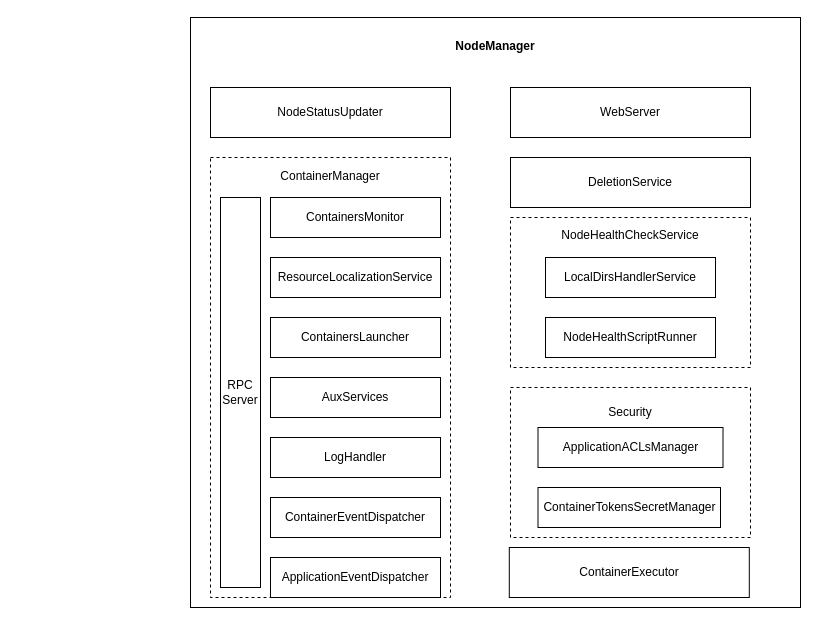
The draw.io diagram Yarn/06_NodeManager内部架构图.drawio in chenshuai1995/a-imgs, before the edit. Source tidied: cells renumbered, new cells numbered last; positions are measured from the earlier drawing's top-left corner, leaving out a move shared by most shapes. Both pictures are drawn from the tidied source at 100%, with x=0, y=0 at pixel (190, 17).
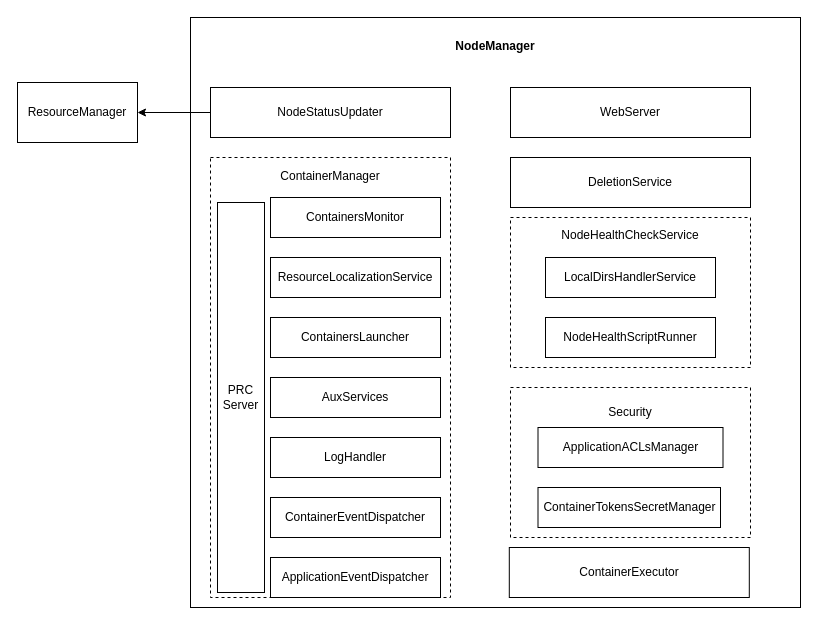
Above is the later version.

Commit message:
更新06_NodeManager内部架构图.drawio

The change refers to these unchanged cells:
```xml
<mxCell id="5" value="NodeStatusUpdater" style="rounded=0;whiteSpace=wrap;html=1;" parent="1" vertex="1">
  <mxGeometry x="20" y="70" width="240" height="50" as="geometry" />
</mxCell>
```

Change to the diagram source:
```diff
@@
+    <mxCell id="22" style="edgeStyle=orthogonalEdgeStyle;rounded=0;jettySize=auto;html=1;entryX=1;entryY=0.5;entryDx=0;entryDy=0;" parent="1" edge="1" source="5" target="23">
+      <mxGeometry relative="1" as="geometry" />
+    </mxCell>
@@
-    <mxCell id="13" value="RPC Server" style="rounded=0;whiteSpace=wrap;html=1;direction=north;" parent="1" vertex="1">
-      <mxGeometry x="30" y="180" width="40" height="390" as="geometry" />
-    </mxCell>
@@
+    <mxCell id="23" value="ResourceManager" style="rounded=0;whiteSpace=wrap;html=1;" parent="1" vertex="1">
+      <mxGeometry x="-173" y="65" width="120" height="60" as="geometry" />
+    </mxCell>
+    <mxCell id="24" value="PRC&lt;br&gt;Server" style="rounded=0;whiteSpace=wrap;html=1;" parent="1" vertex="1">
+      <mxGeometry x="27" y="185" width="47" height="390" as="geometry" />
+    </mxCell>
```
